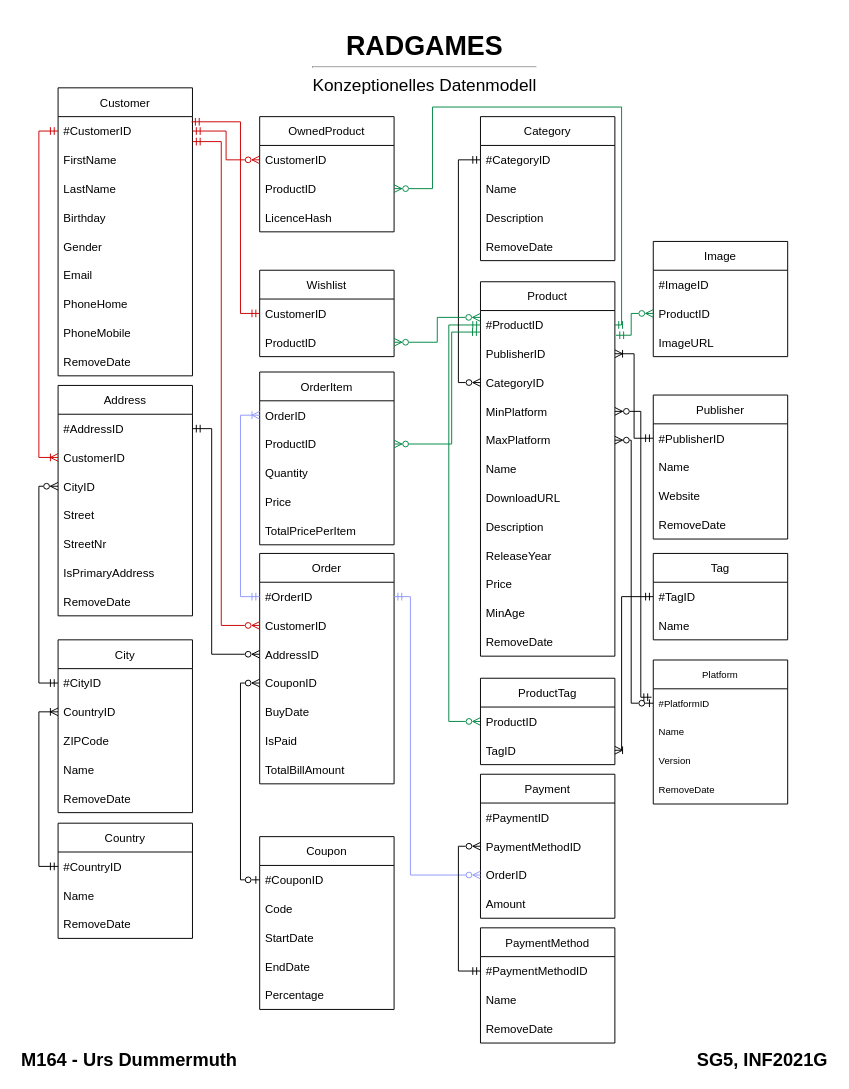
The draw.io diagram page "Konzeptionell" (1 of 3) of Konzepte/Datenmodell.drawio in TD99/gibb-m164, before the edit. Source tidied: cells renumbered, new cells numbered last; positions are measured from the earlier drawing's top-left corner, leaving out a move shared by most shapes. Both pictures are drawn from the tidied source at 96%, with x=0, y=0 at pixel (16, 26).
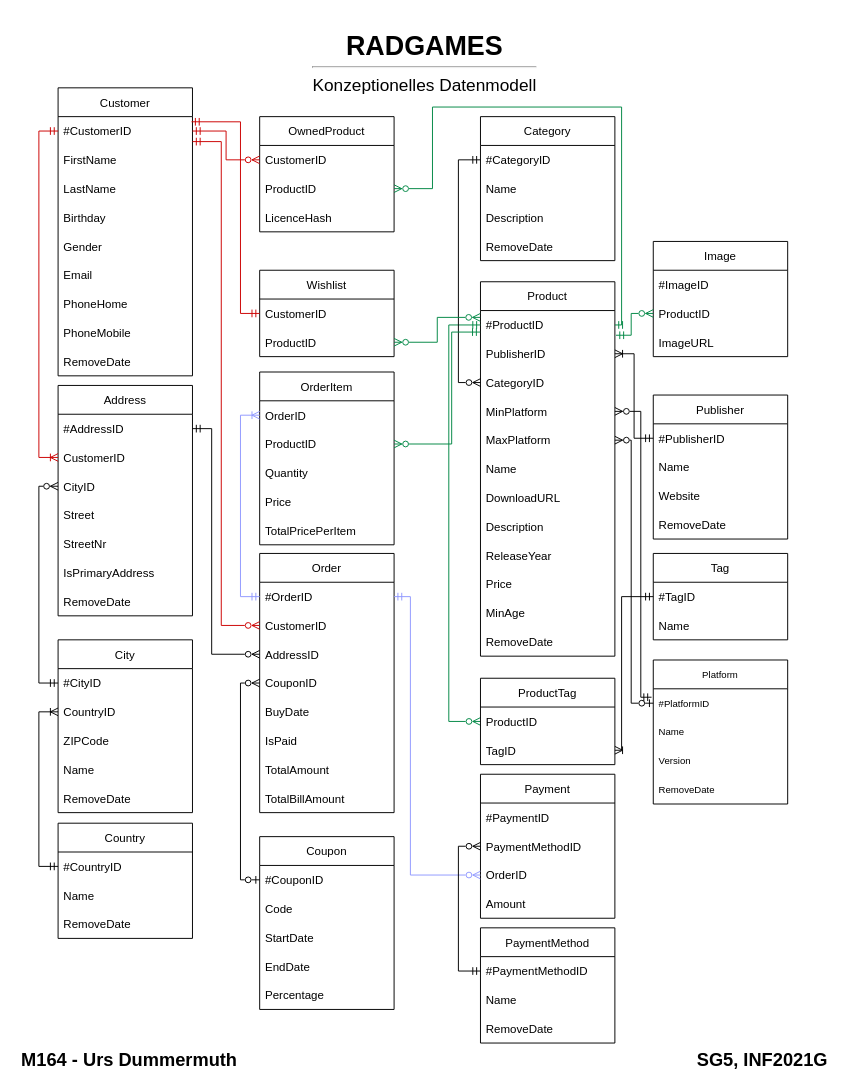
The same page after the edit.

What changed in the source:
```diff
@@
     <mxCell id="12" value="Order" style="swimlane;fontStyle=0;horizontal=1;startSize=30;fillColor=none;" parent="1" vertex="1">
-      <mxGeometry x="253" y="549" width="140" height="240" as="geometry" />
+      <mxGeometry x="253" y="549" width="140" height="270" as="geometry" />
     </mxCell>
@@
-    <mxCell id="19" value="TotalBillAmount" style="text;strokeColor=none;fillColor=none;align=left;verticalAlign=middle;spacingLeft=4;spacingRight=4;overflow=hidden;" parent="12" vertex="1">
+    <mxCell id="19" value="TotalAmount" style="text;strokeColor=none;fillColor=none;align=left;verticalAlign=middle;spacingLeft=4;spacingRight=4;overflow=hidden;" parent="12" vertex="1">
       <mxGeometry y="210" width="140" height="30" as="geometry" />
     </mxCell>
+    <mxCell id="128" value="TotalBillAmount" style="text;strokeColor=none;fillColor=none;align=left;verticalAlign=middle;spacingLeft=4;spacingRight=4;overflow=hidden;" parent="12" vertex="1">
+      <mxGeometry y="240" width="140" height="30" as="geometry" />
+    </mxCell>
```
